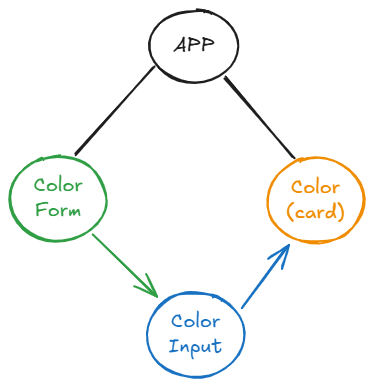
ritakenji/project-4 keeps this Excalidraw diagram as docs/.excalidraw.png. Above is the earlier version. Source tidied: one line per element, renumbered; positions are measured from the earlier drawing's top-left corner, leaving out a move shared by most shapes.
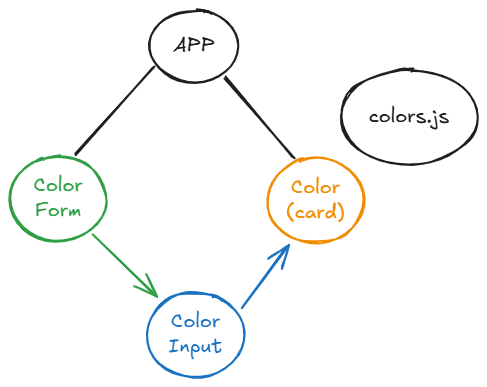
Later version of the same file.

Commit message:
add component on excalidraw flowchart, move elements from ColorInput to ColorForm, comment out line on App.jsx

What changed in the source:
```diff
@@ -10,3 +10,5 @@
 {"id": 9, "type": "arrow", "strokeColor": "#2f9e44", "strokeWidth": 2, "roughness": 1, "endArrowhead": "arrow", "round": true, "from": 2, "to": 4, "x": 83, "y": 225, "width": 62, "height": 61, "points": [[0, 0], [62, 61]]}
 {"id": 10, "type": "line", "strokeColor": "#1e1e1e", "strokeWidth": 2, "roughness": 1, "round": true, "x": 215, "y": 67, "width": 68, "height": 80, "points": [[0, 0], [68, 80]]}
 {"id": 11, "type": "line", "strokeColor": "#1e1e1e", "strokeWidth": 2, "roughness": 1, "round": true, "x": 144, "y": 58, "width": 79, "height": 86, "points": [[0, 0], [-79, 86]]}
+{"id": 12, "type": "ellipse", "strokeColor": "#1e1e1e", "strokeWidth": 2, "roughness": 1, "round": true, "x": 330, "y": 60, "width": 137, "height": 95}
+{"id": 13, "type": "text", "text": "colors.js", "strokeColor": "#1e1e1e", "strokeWidth": 2, "roughness": 1, "fontSize": 20, "fontFamily": 5, "textAlign": "center", "verticalAlign": "middle", "inside": 12, "x": 359, "y": 95, "width": 81, "height": 25}
```
